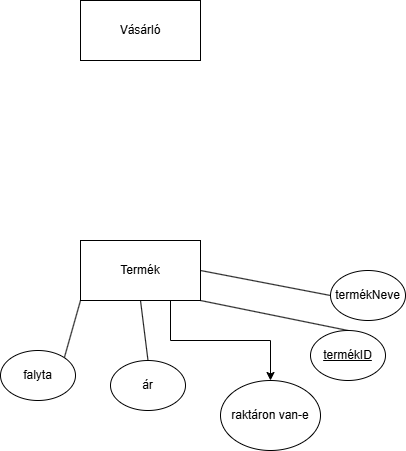
Before: Megnevezetlen diagram.drawio.png, a diagram exported from draw.io (Laczkovilmos/IT-Webshop). Source tidied: cells renumbered, new cells last; positions are measured from the earlier drawing's top-left corner, leaving out a move shared by most shapes.
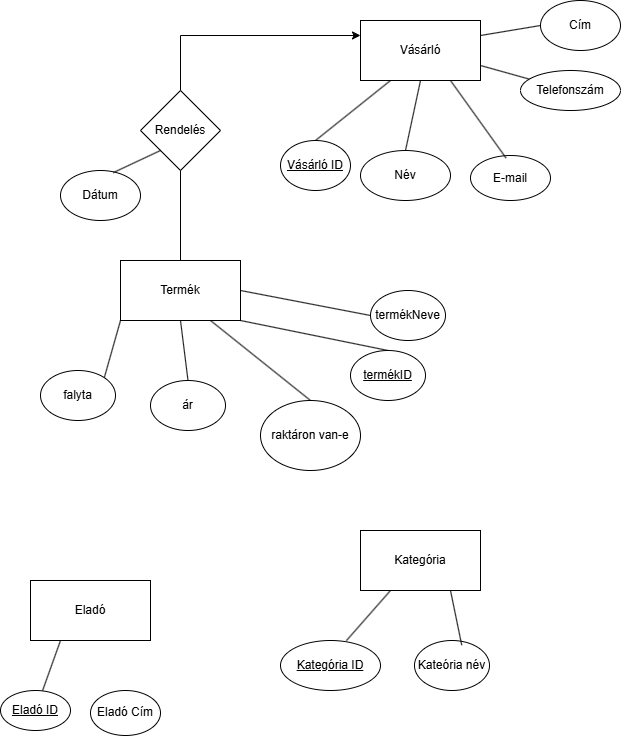
Later version of the same file.

Diff of the diagram source:
```diff
@@ -2,8 +2,20 @@
   <root>
     <mxCell id="0" />
     <mxCell id="1" parent="0" />
+    <mxCell id="14" style="rounded=0;jettySize=auto;html=1;exitX=0.25;exitY=1;exitDx=0;exitDy=0;entryX=0.5;entryY=0;entryDx=0;entryDy=0;endArrow=none;startFill=0;" parent="1" edge="1" source="2" target="18">
+      <mxGeometry relative="1" as="geometry" />
+    </mxCell>
+    <mxCell id="15" style="rounded=0;jettySize=auto;html=1;exitX=0.5;exitY=1;exitDx=0;exitDy=0;entryX=0.5;entryY=0;entryDx=0;entryDy=0;endArrow=none;startFill=0;" parent="1" edge="1" source="2" target="19">
+      <mxGeometry relative="1" as="geometry" />
+    </mxCell>
+    <mxCell id="16" style="rounded=0;jettySize=auto;html=1;exitX=1;exitY=0.75;exitDx=0;exitDy=0;endArrow=none;startFill=0;" parent="1" edge="1" source="2" target="22">
+      <mxGeometry relative="1" as="geometry" />
+    </mxCell>
+    <mxCell id="17" style="rounded=0;jettySize=auto;html=1;exitX=1;exitY=0.25;exitDx=0;exitDy=0;entryX=0;entryY=0.5;entryDx=0;entryDy=0;endArrow=none;startFill=0;" parent="1" edge="1" source="2" target="23">
+      <mxGeometry relative="1" as="geometry" />
+    </mxCell>
     <mxCell id="2" value="Vásárló" style="rounded=0;whiteSpace=wrap;html=1;" parent="1" vertex="1">
-      <mxGeometry x="80" width="120" height="60" as="geometry" />
+      <mxGeometry x="320" width="120" height="60" as="geometry" />
     </mxCell>
     <mxCell id="3" style="rounded=0;jettySize=auto;html=1;exitX=0;exitY=1;exitDx=0;exitDy=0;entryX=1;entryY=0;entryDx=0;entryDy=0;endArrow=none;startFill=0;" parent="1" edge="1" source="7" target="8">
       <mxGeometry relative="1" as="geometry" />
@@ -14,7 +26,7 @@
     <mxCell id="5" style="rounded=0;jettySize=auto;html=1;exitX=1;exitY=0.5;exitDx=0;exitDy=0;entryX=0;entryY=0.5;entryDx=0;entryDy=0;endArrow=none;startFill=0;" parent="1" edge="1" source="7" target="10">
       <mxGeometry relative="1" as="geometry" />
     </mxCell>
-    <mxCell id="6" style="edgeStyle=orthogonalEdgeStyle;rounded=0;jettySize=auto;html=1;exitX=0.75;exitY=1;exitDx=0;exitDy=0;entryX=0.5;entryY=0;entryDx=0;entryDy=0;" parent="1" edge="1" source="7" target="13">
+    <mxCell id="6" style="rounded=0;jettySize=auto;html=1;exitX=0.75;exitY=1;exitDx=0;exitDy=0;entryX=0.5;entryY=0;entryDx=0;entryDy=0;endArrow=none;startFill=0;" parent="1" edge="1" source="7" target="13">
       <mxGeometry relative="1" as="geometry" />
     </mxCell>
     <mxCell id="7" value="Termék" style="rounded=0;whiteSpace=wrap;html=1;" parent="1" vertex="1">
@@ -38,5 +50,68 @@
     <mxCell id="13" value="raktáron van-e" style="ellipse;whiteSpace=wrap;html=1;" parent="1" vertex="1">
       <mxGeometry x="220" y="380" width="100" height="70" as="geometry" />
     </mxCell>
+    <mxCell id="18" value="&lt;u&gt;Vásárló ID&lt;/u&gt;" style="ellipse;whiteSpace=wrap;html=1;" parent="1" vertex="1">
+      <mxGeometry x="240" y="120" width="70" height="50" as="geometry" />
+    </mxCell>
+    <mxCell id="19" value="Név" style="ellipse;whiteSpace=wrap;html=1;" parent="1" vertex="1">
+      <mxGeometry x="320" y="130" width="90" height="50" as="geometry" />
+    </mxCell>
+    <mxCell id="20" value="E-mail" style="ellipse;whiteSpace=wrap;html=1;" parent="1" vertex="1">
+      <mxGeometry x="430" y="135" width="80" height="45" as="geometry" />
+    </mxCell>
+    <mxCell id="21" style="rounded=0;jettySize=auto;html=1;exitX=0.75;exitY=1;exitDx=0;exitDy=0;entryX=0.444;entryY=0.055;entryDx=0;entryDy=0;entryPerimeter=0;endArrow=none;startFill=0;" parent="1" edge="1" source="2" target="20">
+      <mxGeometry relative="1" as="geometry" />
+    </mxCell>
+    <mxCell id="22" value="Telefonszám" style="ellipse;whiteSpace=wrap;html=1;" parent="1" vertex="1">
+      <mxGeometry x="480" y="50" width="100" height="40" as="geometry" />
+    </mxCell>
+    <mxCell id="23" value="Cím" style="ellipse;whiteSpace=wrap;html=1;" parent="1" vertex="1">
+      <mxGeometry x="500" y="-20" width="80" height="50" as="geometry" />
+    </mxCell>
+    <mxCell id="24" style="edgeStyle=orthogonalEdgeStyle;rounded=0;jettySize=auto;html=1;exitX=0.5;exitY=0;exitDx=0;exitDy=0;entryX=0;entryY=0.25;entryDx=0;entryDy=0;" parent="1" edge="1" source="26" target="2">
+      <mxGeometry relative="1" as="geometry" />
+    </mxCell>
+    <mxCell id="25" style="edgeStyle=orthogonalEdgeStyle;rounded=0;jettySize=auto;html=1;exitX=0.5;exitY=1;exitDx=0;exitDy=0;entryX=0.5;entryY=0;entryDx=0;entryDy=0;endArrow=none;startFill=0;" parent="1" edge="1" source="26" target="7">
+      <mxGeometry relative="1" as="geometry" />
+    </mxCell>
+    <mxCell id="26" value="Rendelés" style="rhombus;whiteSpace=wrap;html=1;" parent="1" vertex="1">
+      <mxGeometry x="100" y="70" width="80" height="80" as="geometry" />
+    </mxCell>
+    <mxCell id="27" value="Dátum" style="ellipse;whiteSpace=wrap;html=1;" parent="1" vertex="1">
+      <mxGeometry x="20" y="150" width="80" height="50" as="geometry" />
+    </mxCell>
+    <mxCell id="28" style="rounded=0;jettySize=auto;html=1;exitX=0;exitY=1;exitDx=0;exitDy=0;entryX=0.66;entryY=0.042;entryDx=0;entryDy=0;entryPerimeter=0;endArrow=none;startFill=0;" parent="1" edge="1" source="26" target="27">
+      <mxGeometry relative="1" as="geometry" />
+    </mxCell>
+    <mxCell id="29" value="Kategória" style="rounded=0;whiteSpace=wrap;html=1;" parent="1" vertex="1">
+      <mxGeometry x="320" y="510" width="120" height="60" as="geometry" />
+    </mxCell>
+    <mxCell id="30" value="&lt;u&gt;Kategória ID&lt;/u&gt;" style="ellipse;whiteSpace=wrap;html=1;" parent="1" vertex="1">
+      <mxGeometry x="240" y="620" width="100" height="50" as="geometry" />
+    </mxCell>
+    <mxCell id="31" value="Kateória név" style="ellipse;whiteSpace=wrap;html=1;" parent="1" vertex="1">
+      <mxGeometry x="374" y="620" width="75" height="50" as="geometry" />
+    </mxCell>
+    <mxCell id="32" style="edgeStyle=orthogonalEdgeStyle;rounded=0;orthogonalLoop=1;jettySize=auto;html=1;exitX=0.5;exitY=1;exitDx=0;exitDy=0;" parent="1" edge="1" source="31" target="31">
+      <mxGeometry relative="1" as="geometry" />
+    </mxCell>
+    <mxCell id="33" style="rounded=0;jettySize=auto;html=1;exitX=0.25;exitY=1;exitDx=0;exitDy=0;entryX=0.659;entryY=0.003;entryDx=0;entryDy=0;entryPerimeter=0;endArrow=none;startFill=0;" parent="1" edge="1" source="29" target="30">
+      <mxGeometry relative="1" as="geometry" />
+    </mxCell>
+    <mxCell id="34" style="rounded=0;jettySize=auto;html=1;exitX=0.75;exitY=1;exitDx=0;exitDy=0;entryX=0.63;entryY=0.094;entryDx=0;entryDy=0;entryPerimeter=0;endArrow=none;startFill=0;" parent="1" edge="1" source="29" target="31">
+      <mxGeometry relative="1" as="geometry" />
+    </mxCell>
+    <mxCell id="35" style="rounded=0;jettySize=auto;html=1;exitX=0.25;exitY=1;exitDx=0;exitDy=0;endArrow=none;startFill=0;" parent="1" edge="1" source="36" target="37">
+      <mxGeometry relative="1" as="geometry" />
+    </mxCell>
+    <mxCell id="36" value="Eladó" style="rounded=0;whiteSpace=wrap;html=1;" parent="1" vertex="1">
+      <mxGeometry x="-10" y="560" width="120" height="60" as="geometry" />
+    </mxCell>
+    <mxCell id="37" value="&lt;u&gt;Eladó ID&lt;/u&gt;" style="ellipse;whiteSpace=wrap;html=1;" parent="1" vertex="1">
+      <mxGeometry x="-40" y="670" width="70" height="40" as="geometry" />
+    </mxCell>
+    <mxCell id="38" value="Eladó Cím" style="ellipse;whiteSpace=wrap;html=1;" parent="1" vertex="1">
+      <mxGeometry x="50" y="670" width="70" height="45" as="geometry" />
+    </mxCell>
   </root>
 </mxGraphModel>
```
